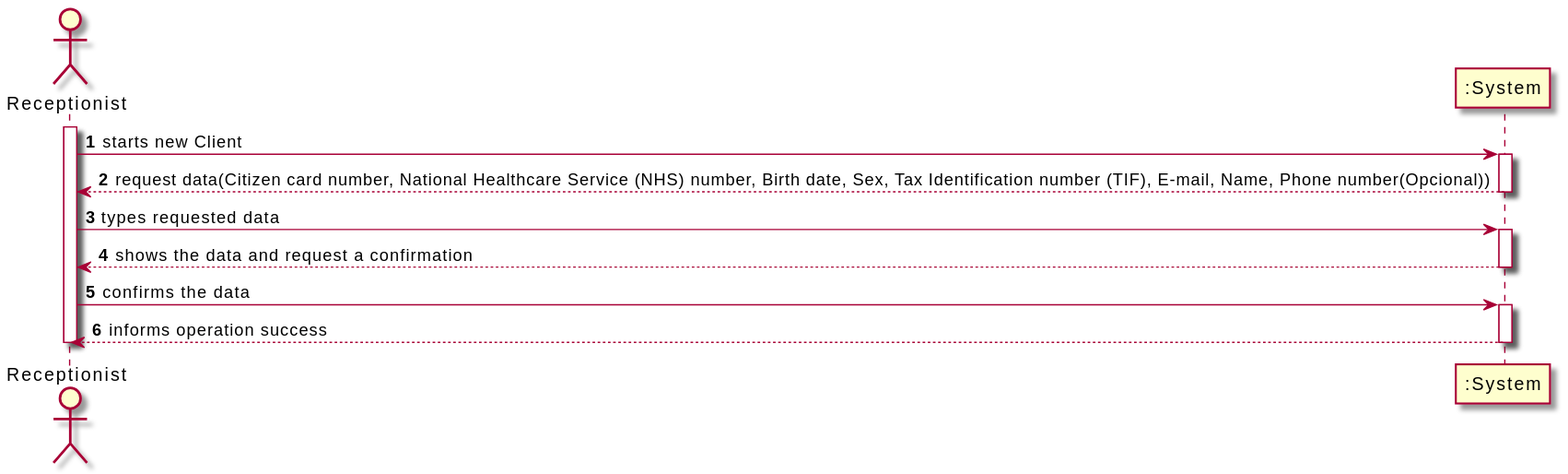
Before: docs/SprintB/US3_RegisterClient/US003_SSD.svg, a diagram exported from PlantUML (Pedromaia26/LAPR2-ISEP). Its diagram source:
```plantuml
@startuml
actor Receptionist as Adm
participant ":System" as System

autonumber
activate Adm
Adm -> System: starts new Client
activate System
System --> Adm: request data(Citizen card number, National Healthcare Service (NHS) number, Birth date, Sex, Tax Identification number (TIF), E-mail, Name, Phone number(Opcional))
deactivate System
Adm -> System: types requested data
activate System
System --> Adm: shows the data and request a confirmation
deactivate System
Adm -> System: confirms the data
activate System
System --> Adm: informs operation success
deactivate System
deactivate Adm
@enduml
```
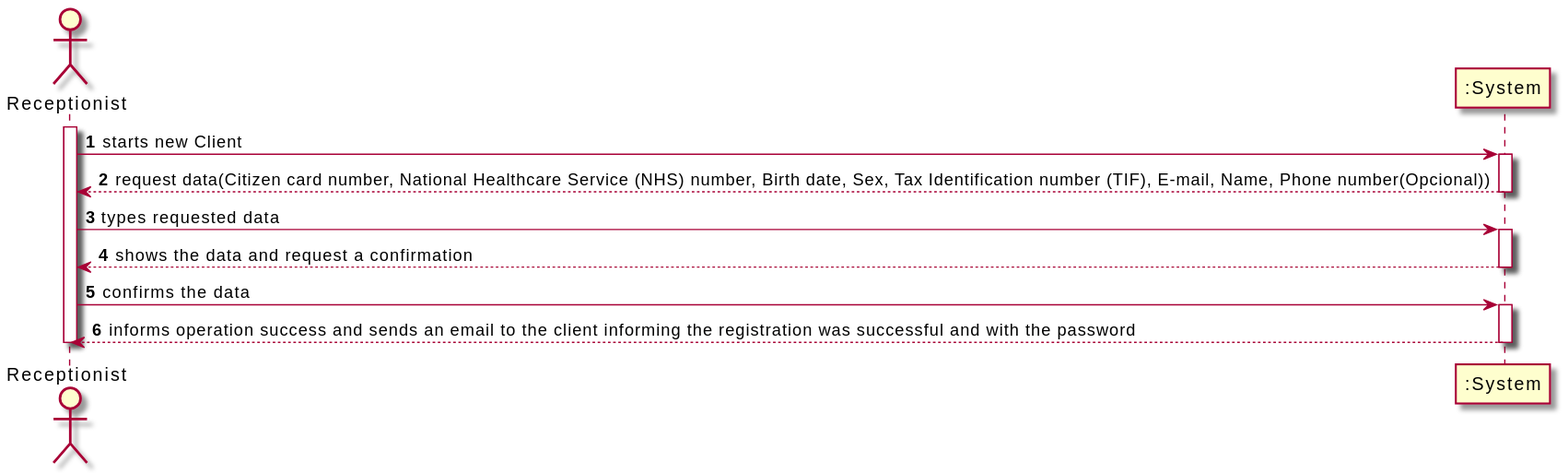
Later version of the same file.

What changed in the source:
```diff
@@ -14,7 +14,7 @@
 deactivate System
 Adm -> System: confirms the data
 activate System
-System --> Adm: informs operation success
+System --> Adm: informs operation success and sends an email to the client informing the registration was successful and with the password
 deactivate System
 deactivate Adm
 @enduml
```
